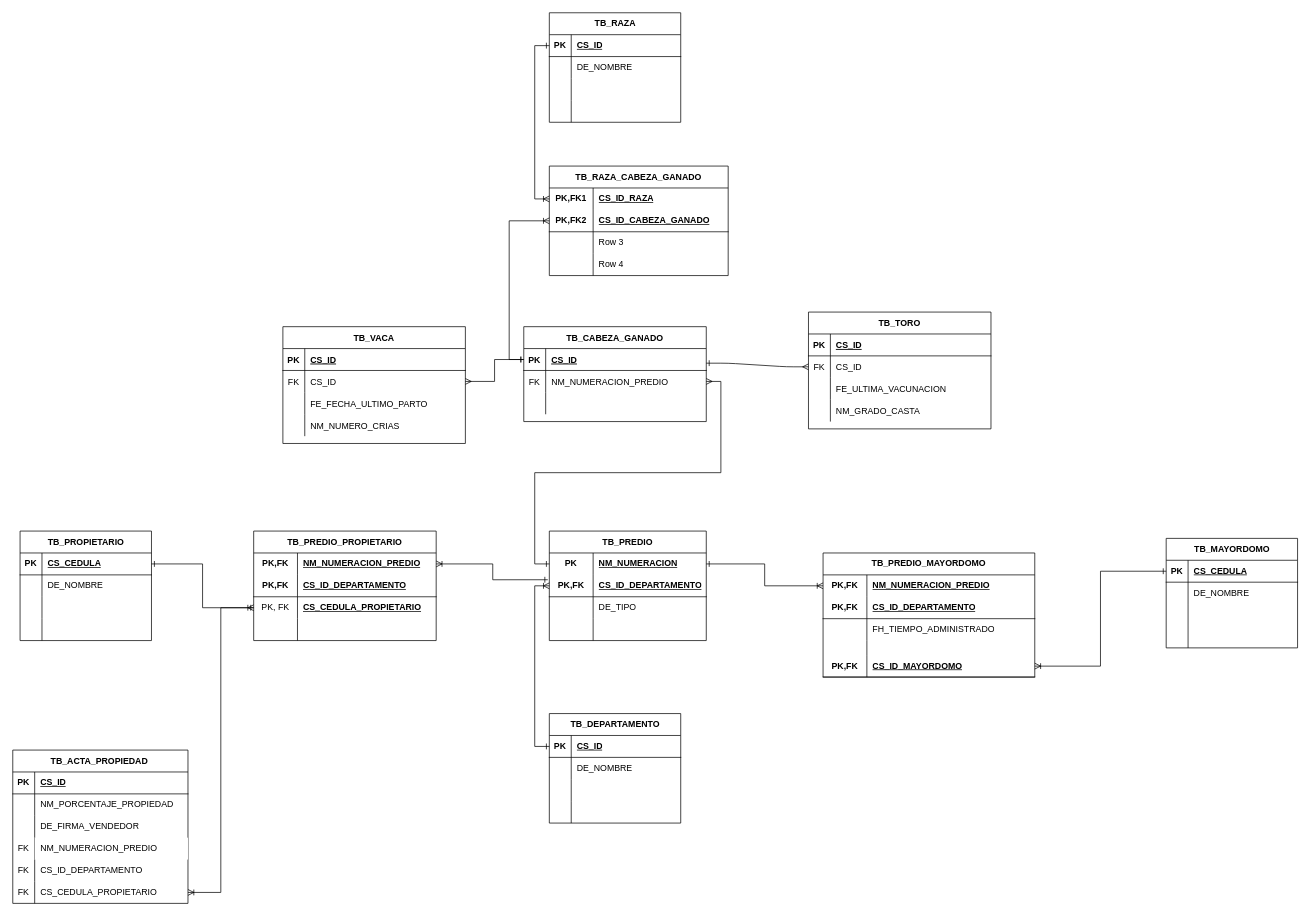
JuanSeRestrepoNieto/Diagrams keeps this draw.io diagram as page "ER" (1 of 2) of Caso15.drawio. Above is the earlier version. Source tidied: cells renumbered, new cells numbered last; positions are measured from the earlier drawing's top-left corner, leaving out a move shared by most shapes. Both pictures are drawn from the tidied source at 73%, with x=0, y=0 at pixel (12, 12).
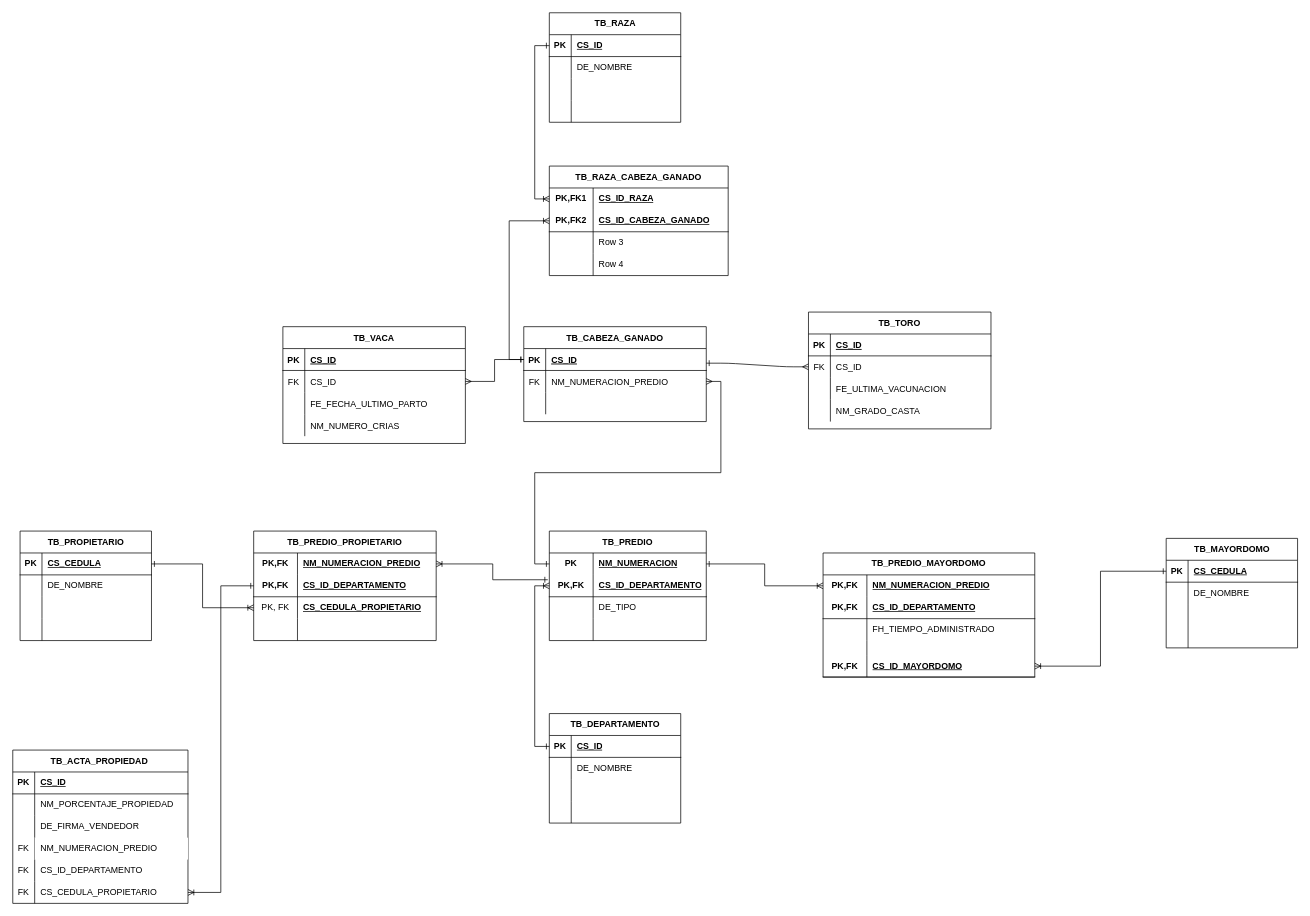
The same diagram, later.

The change refers to these unchanged cells:
```xml
<mxCell id="144" style="shape=tableRow;horizontal=0;startSize=0;swimlaneHead=0;swimlaneBody=0;fillColor=none;points=[[0,0.5],[1,0.5]];portConstraint=eastwest;top=0;left=0;right=0;bottom=1;html=1;" parent="140" vertex="1">
  <mxGeometry y="60" width="250" height="30" as="geometry" />
</mxCell>
<mxCell id="147" style="shape=tableRow;horizontal=0;startSize=0;swimlaneHead=0;swimlaneBody=0;fillColor=none;points=[[0,0.5],[1,0.5]];portConstraint=eastwest;top=0;left=0;right=0;bottom=0;html=1;" parent="140" vertex="1">
  <mxGeometry y="90" width="250" height="30" as="geometry" />
</mxCell>
<mxCell id="171" style="shape=tableRow;horizontal=0;startSize=0;swimlaneHead=0;swimlaneBody=0;fillColor=none;points=[[0,0.5],[1,0.5]];portConstraint=eastwest;top=0;left=0;right=0;bottom=0;" parent="155" vertex="1">
  <mxGeometry y="180" width="240" height="30" as="geometry" />
</mxCell>
```

What changed in the source:
```diff
@@
-    <mxCell id="174" style="edgeStyle=orthogonalEdgeStyle;rounded=0;jettySize=auto;html=1;entryX=0;entryY=0.5;entryDx=0;entryDy=0;startArrow=ERoneToMany;startFill=0;endArrow=ERone;endFill=0;" parent="1" edge="1" source="171" target="147">
+    <mxCell id="174" style="edgeStyle=orthogonalEdgeStyle;rounded=0;jettySize=auto;html=1;entryX=0;entryY=0.5;entryDx=0;entryDy=0;startArrow=ERoneToMany;startFill=0;endArrow=ERone;endFill=0;" parent="1" edge="1" source="171" target="144">
       <mxGeometry relative="1" as="geometry" />
     </mxCell>
```
